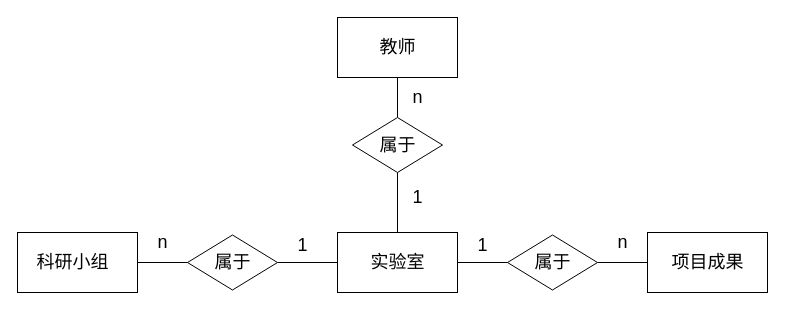
fightwithtiger/schooltraining keeps this draw.io diagram as resources/Untitled Diagram.drawio. Above is the earlier version. Source tidied: cells renumbered, new cells numbered last; positions are measured from the earlier drawing's top-left corner, leaving out a move shared by most shapes. Both pictures are drawn from the tidied source at 100%, with x=0, y=0 at pixel (17, 17).
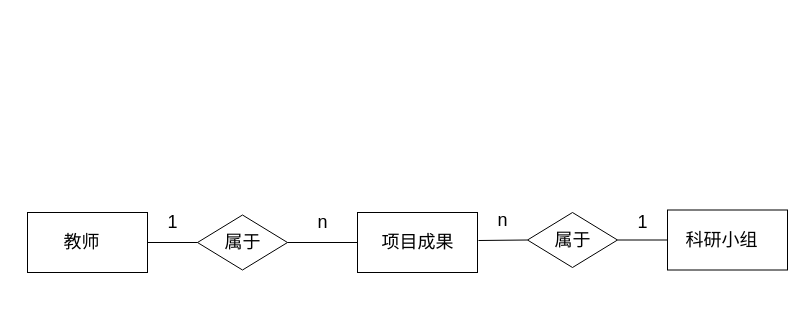
Above is the later version.

Diff of the diagram source:
```diff
@@
-    <mxCell id="2" style="rounded=0;whiteSpace=wrap;html=1;" parent="1" vertex="1">
-      <mxGeometry y="215" width="120" height="60" as="geometry" />
-    </mxCell>
-    <mxCell id="3" style="rounded=0;whiteSpace=wrap;html=1;" parent="1" vertex="1">
-      <mxGeometry x="630" y="215" width="120" height="60" as="geometry" />
-    </mxCell>
-    <mxCell id="4" style="rhombus;whiteSpace=wrap;html=1;" parent="1" vertex="1">
-      <mxGeometry x="170" y="217.5" width="90" height="55" as="geometry" />
-    </mxCell>
-    <mxCell id="5" style="rhombus;whiteSpace=wrap;html=1;" parent="1" vertex="1">
-      <mxGeometry x="490" y="217.5" width="90" height="55" as="geometry" />
-    </mxCell>
+    <mxCell id="23" value="&lt;font style=&quot;font-size: 18px&quot;&gt;1&lt;/font&gt;" style="text;html=1;align=center;verticalAlign=middle;fillColor=none;strokeColor=none;rounded=0;" parent="1" vertex="1">
+      <mxGeometry x="140" y="195" width="30" height="20" as="geometry" />
+    </mxCell>
+    <mxCell id="26" value="&lt;font style=&quot;font-size: 18px&quot;&gt;n&lt;/font&gt;" style="text;html=1;align=center;verticalAlign=middle;fillColor=none;strokeColor=none;rounded=0;" parent="1" vertex="1">
+      <mxGeometry x="290" y="195" width="30" height="20" as="geometry" />
+    </mxCell>
+    <mxCell id="28" style="group;rotation=90;" parent="1" vertex="1">
+      <mxGeometry x="180" y="197.5" width="90" height="55" as="geometry" />
+    </mxCell>
-    <mxCell id="6" style="rhombus;whiteSpace=wrap;html=1;" parent="1" vertex="1">
-      <mxGeometry x="335" y="100" width="90" height="55" as="geometry" />
+    <mxCell id="6" style="rhombus;whiteSpace=wrap;html=1;" parent="28" vertex="1">
+      <mxGeometry width="90" height="55" as="geometry" />
     </mxCell>
+    <mxCell id="21" value="&lt;span style=&quot;font-size: 18px&quot;&gt;属于&lt;/span&gt;" style="text;html=1;align=center;verticalAlign=middle;fillColor=none;strokeColor=none;rounded=0;" parent="28" vertex="1">
+      <mxGeometry x="20" y="17.5" width="50" height="20" as="geometry" />
+    </mxCell>
+    <mxCell id="29" style="group;" parent="1" vertex="1">
+      <mxGeometry x="10" y="195" width="120" height="60" as="geometry" />
+    </mxCell>
-    <mxCell id="7" style="rounded=0;whiteSpace=wrap;html=1;" parent="1" vertex="1">
-      <mxGeometry x="320" y="215" width="120" height="60" as="geometry" />
+    <mxCell id="7" style="rounded=0;whiteSpace=wrap;html=1;" parent="29" vertex="1">
+      <mxGeometry width="120" height="60" as="geometry" />
     </mxCell>
+    <mxCell id="15" value="&lt;span style=&quot;font-size: 18px&quot;&gt;教师&lt;/span&gt;" style="text;html=1;align=center;verticalAlign=middle;fillColor=none;strokeColor=none;rounded=0;" parent="29" vertex="1">
+      <mxGeometry x="29" y="20" width="50" height="20" as="geometry" />
+    </mxCell>
+    <mxCell id="30" style="group;" parent="1" vertex="1">
+      <mxGeometry x="340" y="195" width="120" height="60" as="geometry" />
+    </mxCell>
-    <mxCell id="8" style="rounded=0;whiteSpace=wrap;html=1;" parent="1" vertex="1">
-      <mxGeometry x="320" width="120" height="60" as="geometry" />
+    <mxCell id="8" style="rounded=0;whiteSpace=wrap;html=1;" parent="30" vertex="1">
+      <mxGeometry width="120" height="60" as="geometry" />
     </mxCell>
-    <mxCell id="9" style="endArrow=none;html=1;exitX=1;exitY=0.5;exitDx=0;exitDy=0;entryX=0;entryY=0.5;entryDx=0;entryDy=0;" parent="1" edge="1" source="4" target="7">
-      <mxGeometry relative="1" as="geometry" />
-    </mxCell>
-    <mxCell id="10" style="endArrow=none;html=1;entryX=0;entryY=0.5;entryDx=0;entryDy=0;exitX=1;exitY=0.5;exitDx=0;exitDy=0;" parent="1" edge="1" source="2" target="4">
-      <mxGeometry relative="1" as="geometry" />
-    </mxCell>
-    <mxCell id="11" style="endArrow=none;html=1;entryX=1;entryY=0.5;entryDx=0;entryDy=0;exitX=0;exitY=0.5;exitDx=0;exitDy=0;" parent="1" edge="1" source="5" target="7">
-      <mxGeometry relative="1" as="geometry" />
-    </mxCell>
-    <mxCell id="12" style="endArrow=none;html=1;entryX=1;entryY=0.5;entryDx=0;entryDy=0;exitX=0;exitY=0.5;exitDx=0;exitDy=0;" parent="1" edge="1" source="3" target="5">
-      <mxGeometry relative="1" as="geometry" />
-    </mxCell>
-    <mxCell id="13" style="endArrow=none;html=1;entryX=0.5;entryY=1;entryDx=0;entryDy=0;exitX=0.5;exitY=0;exitDx=0;exitDy=0;" parent="1" edge="1" source="7" target="6">
-      <mxGeometry relative="1" as="geometry" />
-    </mxCell>
+    <mxCell id="16" value="&lt;span style=&quot;font-size: 18px&quot;&gt;项目成果&lt;/span&gt;" style="text;html=1;align=center;verticalAlign=middle;fillColor=none;strokeColor=none;rounded=0;" parent="30" vertex="1">
+      <mxGeometry x="15" y="20" width="90" height="20" as="geometry" />
+    </mxCell>
-    <mxCell id="14" style="endArrow=none;html=1;entryX=0.5;entryY=1;entryDx=0;entryDy=0;" parent="1" edge="1" source="6" target="8">
+    <mxCell id="14" style="endArrow=none;html=1;entryX=0;entryY=0.5;entryDx=0;entryDy=0;exitX=1;exitY=0.5;exitDx=0;exitDy=0;" parent="1" edge="1" source="6" target="8">
       <mxGeometry relative="1" as="geometry" />
     </mxCell>
-    <mxCell id="15" value="&lt;font style=&quot;font-size: 18px&quot;&gt;实验室&lt;/font&gt;" style="text;html=1;align=center;verticalAlign=middle;fillColor=none;strokeColor=none;rounded=0;" parent="1" vertex="1">
-      <mxGeometry x="345" y="235" width="70" height="20" as="geometry" />
-    </mxCell>
-    <mxCell id="16" value="&lt;font style=&quot;font-size: 18px&quot;&gt;教师&lt;/font&gt;" style="text;html=1;align=center;verticalAlign=middle;fillColor=none;strokeColor=none;rounded=0;" parent="1" vertex="1">
-      <mxGeometry x="355" y="20" width="50" height="20" as="geometry" />
-    </mxCell>
-    <mxCell id="17" value="&lt;font style=&quot;font-size: 18px&quot;&gt;项目成果&lt;/font&gt;" style="text;html=1;align=center;verticalAlign=middle;fillColor=none;strokeColor=none;rounded=0;" parent="1" vertex="1">
-      <mxGeometry x="645" y="235" width="90" height="20" as="geometry" />
-    </mxCell>
+    <mxCell id="31" style="endArrow=none;html=1;entryX=1;entryY=0.5;entryDx=0;entryDy=0;exitX=0;exitY=0.5;exitDx=0;exitDy=0;" parent="1" edge="1" source="6" target="7">
+      <mxGeometry relative="1" as="geometry" />
+    </mxCell>
+    <mxCell id="32" style="group;" parent="1" vertex="1">
+      <mxGeometry x="650" y="192.5" width="120" height="60" as="geometry" />
+    </mxCell>
+    <mxCell id="33" style="rounded=0;whiteSpace=wrap;html=1;" parent="32" vertex="1">
+      <mxGeometry width="120" height="60" as="geometry" />
+    </mxCell>
-    <mxCell id="18" value="&lt;font style=&quot;font-size: 18px&quot;&gt;科研小组&lt;/font&gt;" style="text;html=1;align=center;verticalAlign=middle;fillColor=none;strokeColor=none;rounded=0;" parent="1" vertex="1">
-      <mxGeometry x="10" y="235" width="90" height="20" as="geometry" />
+    <mxCell id="18" value="&lt;span style=&quot;font-size: 18px&quot;&gt;科研小组&lt;/span&gt;" style="text;html=1;align=center;verticalAlign=middle;fillColor=none;strokeColor=none;rounded=0;" parent="32" vertex="1">
+      <mxGeometry x="9" y="20" width="90" height="20" as="geometry" />
     </mxCell>
-    <mxCell id="19" value="&lt;font style=&quot;font-size: 18px&quot;&gt;属于&lt;/font&gt;" style="text;html=1;align=center;verticalAlign=middle;fillColor=none;strokeColor=none;rounded=0;" parent="1" vertex="1">
-      <mxGeometry x="190" y="235" width="50" height="20" as="geometry" />
-    </mxCell>
-    <mxCell id="20" value="&lt;font style=&quot;font-size: 18px&quot;&gt;属于&lt;/font&gt;" style="text;html=1;align=center;verticalAlign=middle;fillColor=none;strokeColor=none;rounded=0;" parent="1" vertex="1">
-      <mxGeometry x="510" y="235" width="50" height="20" as="geometry" />
-    </mxCell>
-    <mxCell id="21" value="&lt;font style=&quot;font-size: 18px&quot;&gt;属于&lt;/font&gt;" style="text;html=1;align=center;verticalAlign=middle;fillColor=none;strokeColor=none;rounded=0;" parent="1" vertex="1">
-      <mxGeometry x="355" y="117.5" width="50" height="20" as="geometry" />
-    </mxCell>
-    <mxCell id="22" value="&lt;font style=&quot;font-size: 18px&quot;&gt;1&lt;/font&gt;" style="text;html=1;align=center;verticalAlign=middle;fillColor=none;strokeColor=none;rounded=0;" parent="1" vertex="1">
-      <mxGeometry x="270" y="217.5" width="30" height="20" as="geometry" />
-    </mxCell>
-    <mxCell id="23" value="&lt;font style=&quot;font-size: 18px&quot;&gt;1&lt;/font&gt;" style="text;html=1;align=center;verticalAlign=middle;fillColor=none;strokeColor=none;rounded=0;" parent="1" vertex="1">
-      <mxGeometry x="385" y="170" width="30" height="20" as="geometry" />
-    </mxCell>
-    <mxCell id="24" value="&lt;font style=&quot;font-size: 18px&quot;&gt;1&lt;/font&gt;" style="text;html=1;align=center;verticalAlign=middle;fillColor=none;strokeColor=none;rounded=0;" parent="1" vertex="1">
-      <mxGeometry x="450" y="217.5" width="30" height="20" as="geometry" />
-    </mxCell>
-    <mxCell id="25" value="&lt;font style=&quot;font-size: 18px&quot;&gt;n&lt;/font&gt;" style="text;html=1;align=center;verticalAlign=middle;fillColor=none;strokeColor=none;rounded=0;" parent="1" vertex="1">
-      <mxGeometry x="590" y="215" width="30" height="20" as="geometry" />
-    </mxCell>
-    <mxCell id="26" value="&lt;font style=&quot;font-size: 18px&quot;&gt;n&lt;/font&gt;" style="text;html=1;align=center;verticalAlign=middle;fillColor=none;strokeColor=none;rounded=0;" parent="1" vertex="1">
-      <mxGeometry x="385" y="70" width="30" height="20" as="geometry" />
-    </mxCell>
-    <mxCell id="27" value="&lt;font style=&quot;font-size: 18px&quot;&gt;n&lt;/font&gt;" style="text;html=1;align=center;verticalAlign=middle;fillColor=none;strokeColor=none;rounded=0;" parent="1" vertex="1">
-      <mxGeometry x="130" y="215" width="30" height="20" as="geometry" />
-    </mxCell>
+    <mxCell id="34" style="group;rotation=90;" parent="1" vertex="1">
+      <mxGeometry x="510" y="195" width="90" height="55" as="geometry" />
+    </mxCell>
+    <mxCell id="35" style="rhombus;whiteSpace=wrap;html=1;" parent="34" vertex="1">
+      <mxGeometry width="90" height="55" as="geometry" />
+    </mxCell>
+    <mxCell id="36" value="&lt;span style=&quot;font-size: 18px&quot;&gt;属于&lt;/span&gt;" style="text;html=1;align=center;verticalAlign=middle;fillColor=none;strokeColor=none;rounded=0;" parent="34" vertex="1">
+      <mxGeometry x="20" y="17.5" width="50" height="20" as="geometry" />
+    </mxCell>
+    <mxCell id="37" style="endArrow=none;html=1;entryX=0;entryY=0.5;entryDx=0;entryDy=0;" parent="1" edge="1" target="35">
+      <mxGeometry relative="1" as="geometry">
+        <mxPoint x="461" y="223" as="sourcePoint" />
+      </mxGeometry>
+    </mxCell>
+    <mxCell id="38" style="endArrow=none;html=1;entryX=1;entryY=0.5;entryDx=0;entryDy=0;exitX=0;exitY=0.5;exitDx=0;exitDy=0;" parent="1" edge="1" source="33" target="35">
+      <mxGeometry relative="1" as="geometry" />
+    </mxCell>
+    <mxCell id="39" value="&lt;font style=&quot;font-size: 18px&quot;&gt;1&lt;/font&gt;" style="text;html=1;align=center;verticalAlign=middle;fillColor=none;strokeColor=none;rounded=0;" parent="1" vertex="1">
+      <mxGeometry x="610" y="195" width="30" height="20" as="geometry" />
+    </mxCell>
+    <mxCell id="40" value="&lt;font style=&quot;font-size: 18px&quot;&gt;n&lt;/font&gt;" style="text;html=1;align=center;verticalAlign=middle;fillColor=none;strokeColor=none;rounded=0;" parent="1" vertex="1">
+      <mxGeometry x="470" y="192.5" width="30" height="20" as="geometry" />
+    </mxCell>
```
